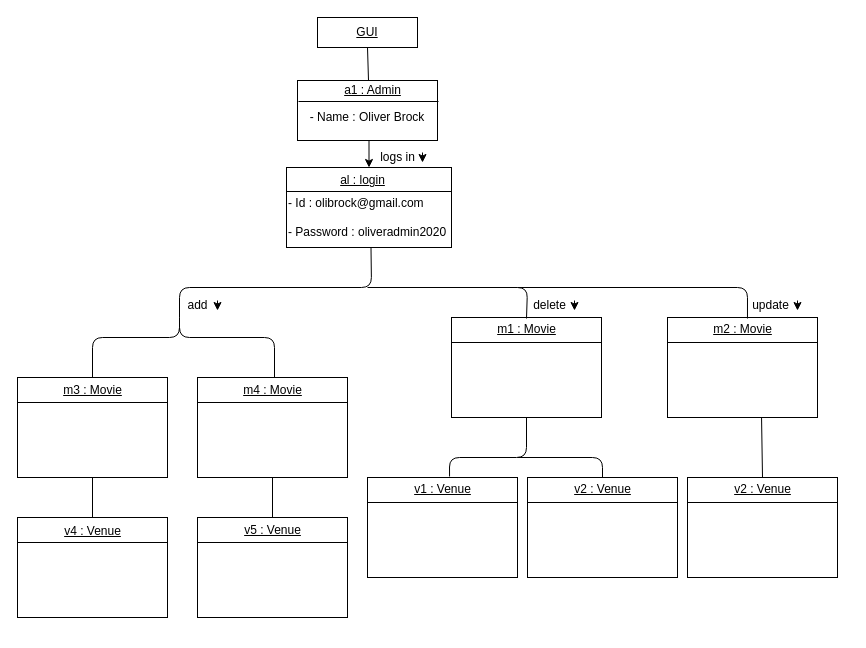
This is Od(Admin).drawio from omanshagrawal21/Movie-ticket, a draw.io file, before an edit. Source tidied: cells renumbered, new cells numbered last; positions are measured from the earlier drawing's top-left corner, leaving out a move shared by most shapes. Both pictures are drawn from the tidied source at 100%, with x=0, y=0 at pixel (17, 17).
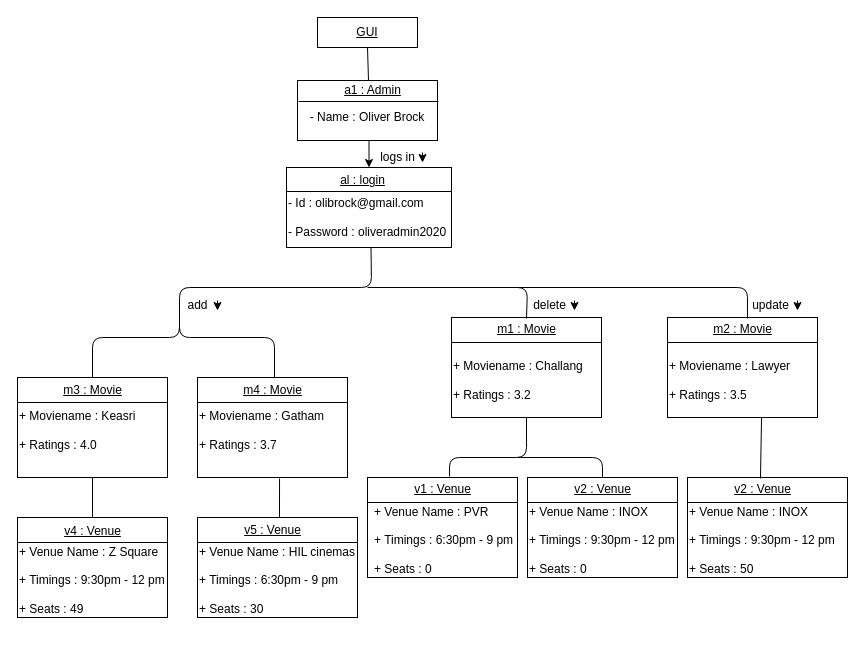
The same diagram, later.

The change refers to these unchanged cells:
```xml
<mxCell id="15" style="rounded=0;whiteSpace=wrap;html=1;" parent="1" vertex="1">
  <mxGeometry x="180" y="360" width="150" height="100" as="geometry" />
</mxCell>
<mxCell id="21" style="rounded=0;whiteSpace=wrap;html=1;" parent="1" vertex="1">
  <mxGeometry x="650" y="300" width="150" height="100" as="geometry" />
</mxCell>
```

Change to the diagram source:
```diff
@@
     <mxCell id="27" style="rounded=0;whiteSpace=wrap;html=1;" parent="1" vertex="1">
-      <mxGeometry x="180" y="500" width="150" height="100" as="geometry" />
+      <mxGeometry x="180" y="500" width="160" height="100" as="geometry" />
     </mxCell>
@@
     <mxCell id="36" style="rounded=0;whiteSpace=wrap;html=1;" parent="1" vertex="1">
-      <mxGeometry x="670" y="460" width="150" height="100" as="geometry" />
+      <mxGeometry x="670" y="460" width="160" height="100" as="geometry" />
     </mxCell>
@@
-    <mxCell id="42" style="endArrow=none;html=1;exitX=0.5;exitY=0;exitDx=0;exitDy=0;entryX=0.5;entryY=1;entryDx=0;entryDy=0;" parent="1" edge="1" source="27" target="15">
-      <mxGeometry relative="1" as="geometry" />
+    <mxCell id="42" style="endArrow=none;html=1;entryX=0.547;entryY=1.01;entryDx=0;entryDy=0;entryPerimeter=0;" parent="1" edge="1" target="15">
+      <mxGeometry relative="1" as="geometry">
+        <mxPoint x="262" y="500" as="sourcePoint" />
+      </mxGeometry>
     </mxCell>
@@
-    <mxCell id="46" style="endArrow=none;html=1;exitX=0.5;exitY=0;exitDx=0;exitDy=0;entryX=0.627;entryY=1;entryDx=0;entryDy=0;entryPerimeter=0;" parent="1" edge="1" source="36" target="21">
+    <mxCell id="46" style="endArrow=none;html=1;exitX=0.456;exitY=0.01;exitDx=0;exitDy=0;entryX=0.627;entryY=1;entryDx=0;entryDy=0;entryPerimeter=0;exitPerimeter=0;" parent="1" edge="1" source="36" target="21">
       <mxGeometry relative="1" as="geometry" />
     </mxCell>
@@
+    <mxCell id="58" value="&lt;div align=&quot;left&quot;&gt;&lt;br&gt;&lt;/div&gt;&lt;div align=&quot;left&quot;&gt;+ Moviename : Challang&lt;br&gt;&lt;/div&gt;&lt;div align=&quot;left&quot;&gt;&lt;br&gt;&lt;/div&gt;&lt;div align=&quot;left&quot;&gt;+ Ratings : 3.2&lt;br&gt;&lt;/div&gt;&lt;div align=&quot;left&quot;&gt;&lt;br&gt;&lt;/div&gt;&lt;div align=&quot;left&quot;&gt;&lt;br&gt;&lt;/div&gt;" style="text;html=1;strokeColor=none;fillColor=none;align=left;verticalAlign=middle;whiteSpace=wrap;rounded=0;" parent="1" vertex="1">
+      <mxGeometry x="434" y="340" width="150" height="60" as="geometry" />
+    </mxCell>
+    <mxCell id="59" value="&lt;div align=&quot;left&quot;&gt;&lt;br&gt;&lt;/div&gt;&lt;div align=&quot;left&quot;&gt;+ Moviename : Lawyer&lt;br&gt;&lt;/div&gt;&lt;div align=&quot;left&quot;&gt;&lt;br&gt;&lt;/div&gt;&lt;div align=&quot;left&quot;&gt;+ Ratings : 3.5&lt;br&gt;&lt;/div&gt;&lt;div align=&quot;left&quot;&gt;&lt;br&gt;&lt;/div&gt;&lt;div align=&quot;left&quot;&gt;&lt;br&gt;&lt;/div&gt;" style="text;html=1;strokeColor=none;fillColor=none;align=left;verticalAlign=middle;whiteSpace=wrap;rounded=0;" parent="1" vertex="1">
+      <mxGeometry x="650" y="340" width="150" height="60" as="geometry" />
+    </mxCell>
+    <mxCell id="60" value="&lt;div align=&quot;left&quot;&gt;&lt;br&gt;&lt;/div&gt;&lt;div align=&quot;left&quot;&gt;+ Moviename : Keasri&lt;br&gt;&lt;/div&gt;&lt;div align=&quot;left&quot;&gt;&lt;br&gt;&lt;/div&gt;&lt;div align=&quot;left&quot;&gt;+ Ratings : 4.0&lt;br&gt;&lt;/div&gt;&lt;div align=&quot;left&quot;&gt;&lt;br&gt;&lt;/div&gt;&lt;div align=&quot;left&quot;&gt;&lt;br&gt;&lt;/div&gt;" style="text;html=1;strokeColor=none;fillColor=none;align=left;verticalAlign=middle;whiteSpace=wrap;rounded=0;" parent="1" vertex="1">
+      <mxGeometry y="390" width="150" height="60" as="geometry" />
+    </mxCell>
+    <mxCell id="61" value="&lt;div align=&quot;left&quot;&gt;&lt;br&gt;&lt;/div&gt;&lt;div align=&quot;left&quot;&gt;+ Venue Name : PVR&lt;/div&gt;&lt;div align=&quot;left&quot;&gt;&lt;br&gt;&lt;/div&gt;&lt;div align=&quot;left&quot;&gt;+ Timings : 6:30pm - 9 pm&lt;br&gt;&lt;/div&gt;&lt;div align=&quot;left&quot;&gt;&lt;br&gt;&lt;/div&gt;+ Seats : 0&lt;br&gt;&lt;div align=&quot;left&quot;&gt;&lt;br&gt;&lt;/div&gt;" style="text;html=1;strokeColor=none;fillColor=none;align=left;verticalAlign=middle;whiteSpace=wrap;rounded=0;" parent="1" vertex="1">
+      <mxGeometry x="355" y="493" width="150" height="60" as="geometry" />
+    </mxCell>
+    <mxCell id="62" value="&lt;div align=&quot;left&quot;&gt;&lt;br&gt;&lt;/div&gt;&lt;div align=&quot;left&quot;&gt;+ Venue Name : INOX&lt;/div&gt;&lt;div align=&quot;left&quot;&gt;&lt;br&gt;&lt;/div&gt;&lt;div align=&quot;left&quot;&gt;+ Timings : 9:30pm - 12 pm&lt;br&gt;&lt;/div&gt;&lt;div align=&quot;left&quot;&gt;&lt;br&gt;&lt;/div&gt;+ Seats : 0&lt;br&gt;&lt;div align=&quot;left&quot;&gt;&lt;br&gt;&lt;/div&gt;" style="text;html=1;strokeColor=none;fillColor=none;align=left;verticalAlign=middle;whiteSpace=wrap;rounded=0;" parent="1" vertex="1">
+      <mxGeometry x="510" y="493" width="150" height="60" as="geometry" />
+    </mxCell>
+    <mxCell id="63" value="&lt;div align=&quot;left&quot;&gt;&lt;br&gt;&lt;/div&gt;&lt;div align=&quot;left&quot;&gt;+ Venue Name : HIL cinemas&lt;br&gt;&lt;/div&gt;&lt;div align=&quot;left&quot;&gt;&lt;br&gt;&lt;/div&gt;&lt;div align=&quot;left&quot;&gt;+ Timings : 6:30pm - 9 pm&lt;br&gt;&lt;/div&gt;&lt;div align=&quot;left&quot;&gt;&lt;br&gt;&lt;/div&gt;+ Seats : 30&lt;br&gt;&lt;div align=&quot;left&quot;&gt;&lt;br&gt;&lt;/div&gt;" style="text;html=1;strokeColor=none;fillColor=none;align=left;verticalAlign=middle;whiteSpace=wrap;rounded=0;" parent="1" vertex="1">
+      <mxGeometry x="180" y="533" width="160" height="60" as="geometry" />
+    </mxCell>
+    <mxCell id="64" value="&lt;div align=&quot;left&quot;&gt;&lt;br&gt;&lt;/div&gt;&lt;div align=&quot;left&quot;&gt;+ Venue Name : Z Square&lt;br&gt;&lt;/div&gt;&lt;div align=&quot;left&quot;&gt;&lt;br&gt;&lt;/div&gt;&lt;div align=&quot;left&quot;&gt;+ Timings : 9:30pm - 12 pm&lt;br&gt;&lt;/div&gt;&lt;div align=&quot;left&quot;&gt;&lt;br&gt;&lt;/div&gt;+ Seats : 49&lt;br&gt;&lt;div align=&quot;left&quot;&gt;&lt;br&gt;&lt;/div&gt;" style="text;html=1;strokeColor=none;fillColor=none;align=left;verticalAlign=middle;whiteSpace=wrap;rounded=0;" parent="1" vertex="1">
+      <mxGeometry y="533" width="150" height="60" as="geometry" />
+    </mxCell>
+    <mxCell id="65" value="&lt;div align=&quot;left&quot;&gt;&lt;br&gt;&lt;/div&gt;&lt;div align=&quot;left&quot;&gt;+ Venue Name : INOX&lt;/div&gt;&lt;div align=&quot;left&quot;&gt;&lt;br&gt;&lt;/div&gt;&lt;div align=&quot;left&quot;&gt;+ Timings : 9:30pm - 12 pm&lt;br&gt;&lt;/div&gt;&lt;div align=&quot;left&quot;&gt;&lt;br&gt;&lt;/div&gt;&lt;div&gt;+ Seats : 50&lt;/div&gt;&lt;div&gt;&lt;br&gt;&lt;/div&gt;" style="text;html=1;strokeColor=none;fillColor=none;align=left;verticalAlign=middle;whiteSpace=wrap;rounded=0;" parent="1" vertex="1">
+      <mxGeometry x="670" y="493" width="150" height="60" as="geometry" />
+    </mxCell>
+    <mxCell id="66" value="&lt;div align=&quot;left&quot;&gt;&lt;br&gt;&lt;/div&gt;&lt;div align=&quot;left&quot;&gt;+ Moviename : Gatham&lt;br&gt;&lt;/div&gt;&lt;div align=&quot;left&quot;&gt;&lt;br&gt;&lt;/div&gt;&lt;div align=&quot;left&quot;&gt;+ Ratings : 3.7&lt;br&gt;&lt;/div&gt;&lt;div align=&quot;left&quot;&gt;&lt;br&gt;&lt;/div&gt;&lt;div align=&quot;left&quot;&gt;&lt;br&gt;&lt;/div&gt;" style="text;html=1;strokeColor=none;fillColor=none;align=left;verticalAlign=middle;whiteSpace=wrap;rounded=0;" parent="1" vertex="1">
+      <mxGeometry x="180" y="390" width="150" height="60" as="geometry" />
+    </mxCell>
```
